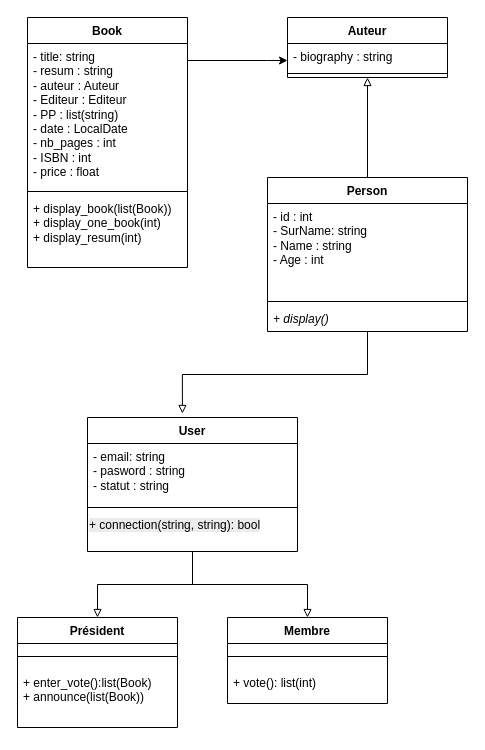
Earlier version of the draw.io diagram UML/classes.drawio (doremijazz/evaluation_python_metier). Source tidied: cells renumbered, new cells numbered last; positions are measured from the earlier drawing's top-left corner, leaving out a move shared by most shapes. Both pictures are drawn from the tidied source at 100%, with x=0, y=0 at pixel (17, 17).
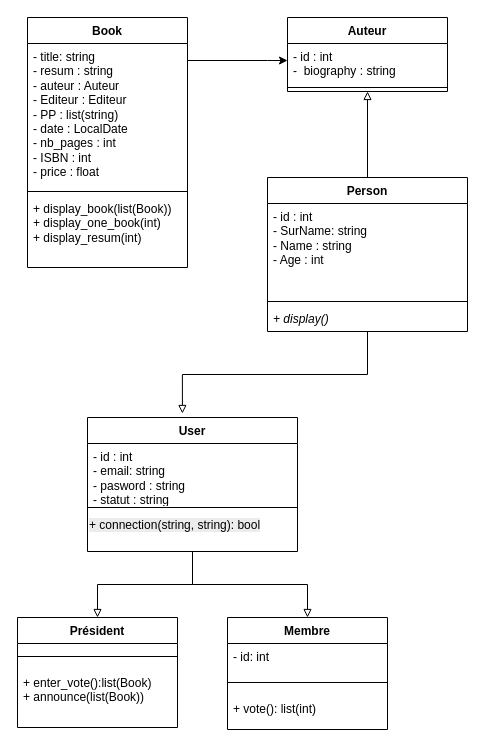
Above is the later version.

Commit message (it also covers changes not shown here):
modification diagramme de classe v2

Unchanged cells that the change refers to:
```xml
<mxCell id="21" value="User" style="swimlane;fontStyle=1;align=center;verticalAlign=top;horizontal=1;startSize=26;whiteSpace=wrap;html=1;" parent="1" vertex="1">
  <mxGeometry x="70" y="400" width="210" height="134" as="geometry" />
</mxCell>
```

Change to the diagram source:
```diff
@@
     <mxCell id="12" value="Auteur" style="swimlane;fontStyle=1;align=center;verticalAlign=top;horizontal=1;startSize=26;whiteSpace=wrap;html=1;" parent="1" vertex="1">
-      <mxGeometry x="270" width="160" height="60" as="geometry" />
+      <mxGeometry x="270" width="160" height="74" as="geometry" />
     </mxCell>
-    <mxCell id="13" value="- biography&lt;span style=&quot;background-color: transparent; color: light-dark(rgb(0, 0, 0), rgb(255, 255, 255));&quot;&gt;&amp;nbsp;: string&lt;/span&gt;" style="text;strokeColor=none;fillColor=none;align=left;verticalAlign=top;spacingLeft=4;spacingRight=4;overflow=hidden;points=[[0,0.5],[1,0.5]];portConstraint=eastwest;whiteSpace=wrap;html=1;" parent="12" vertex="1">
-      <mxGeometry y="26" width="160" height="26" as="geometry" />
+    <mxCell id="13" value="- id : int&lt;div&gt;-&amp;nbsp; biography&lt;span style=&quot;background-color: transparent; color: light-dark(rgb(0, 0, 0), rgb(255, 255, 255));&quot;&gt;&amp;nbsp;: string&lt;/span&gt;&lt;/div&gt;" style="text;strokeColor=none;fillColor=none;align=left;verticalAlign=top;spacingLeft=4;spacingRight=4;overflow=hidden;points=[[0,0.5],[1,0.5]];portConstraint=eastwest;whiteSpace=wrap;html=1;" parent="12" vertex="1">
+      <mxGeometry y="26" width="160" height="40" as="geometry" />
     </mxCell>
     <mxCell id="14" style="line;strokeWidth=1;fillColor=none;align=left;verticalAlign=middle;spacingTop=-1;spacingLeft=3;spacingRight=3;labelPosition=right;strokeColor=inherit;" parent="12" vertex="1">
-      <mxGeometry y="52" width="160" height="8" as="geometry" />
+      <mxGeometry y="66" width="160" height="8" as="geometry" />
     </mxCell>
@@
     <mxCell id="18" value="Membre" style="swimlane;fontStyle=1;align=center;verticalAlign=top;horizontal=1;startSize=26;whiteSpace=wrap;html=1;" parent="1" vertex="1">
-      <mxGeometry x="210" y="600" width="160" height="86" as="geometry" />
+      <mxGeometry x="210" y="600" width="160" height="112" as="geometry" />
     </mxCell>
+    <mxCell id="28" value="- id: int" style="text;strokeColor=none;fillColor=none;align=left;verticalAlign=top;spacingLeft=4;spacingRight=4;overflow=hidden;whiteSpace=wrap;html=1;" parent="18" vertex="1">
+      <mxGeometry y="26" width="160" height="26" as="geometry" />
+    </mxCell>
     <mxCell id="19" style="line;strokeWidth=1;fillColor=none;align=left;verticalAlign=middle;spacingTop=-1;spacingLeft=3;spacingRight=3;labelPosition=right;strokeColor=inherit;" parent="18" vertex="1">
-      <mxGeometry y="26" width="160" height="26" as="geometry" />
+      <mxGeometry y="52" width="160" height="26" as="geometry" />
     </mxCell>
     <mxCell id="20" value="+ vote(): list(int)" style="text;strokeColor=none;fillColor=none;align=left;verticalAlign=top;spacingLeft=4;spacingRight=4;overflow=hidden;whiteSpace=wrap;html=1;" parent="18" vertex="1">
-      <mxGeometry y="52" width="160" height="34" as="geometry" />
+      <mxGeometry y="78" width="160" height="34" as="geometry" />
     </mxCell>
@@
-    <mxCell id="22" value="- email: string&lt;div&gt;- pasword : string&lt;/div&gt;&lt;div&gt;- statut : string&lt;/div&gt;" style="text;strokeColor=none;fillColor=none;align=left;verticalAlign=top;spacingLeft=4;spacingRight=4;overflow=hidden;whiteSpace=wrap;html=1;" parent="21" vertex="1">
+    <mxCell id="22" value="- id : int&lt;div&gt;- email: string&lt;div&gt;- pasword : string&lt;/div&gt;&lt;div&gt;- statut : string&lt;/div&gt;&lt;/div&gt;" style="text;strokeColor=none;fillColor=none;align=left;verticalAlign=top;spacingLeft=4;spacingRight=4;overflow=hidden;whiteSpace=wrap;html=1;" parent="21" vertex="1">
       <mxGeometry y="26" width="210" height="60" as="geometry" />
     </mxCell>
```
